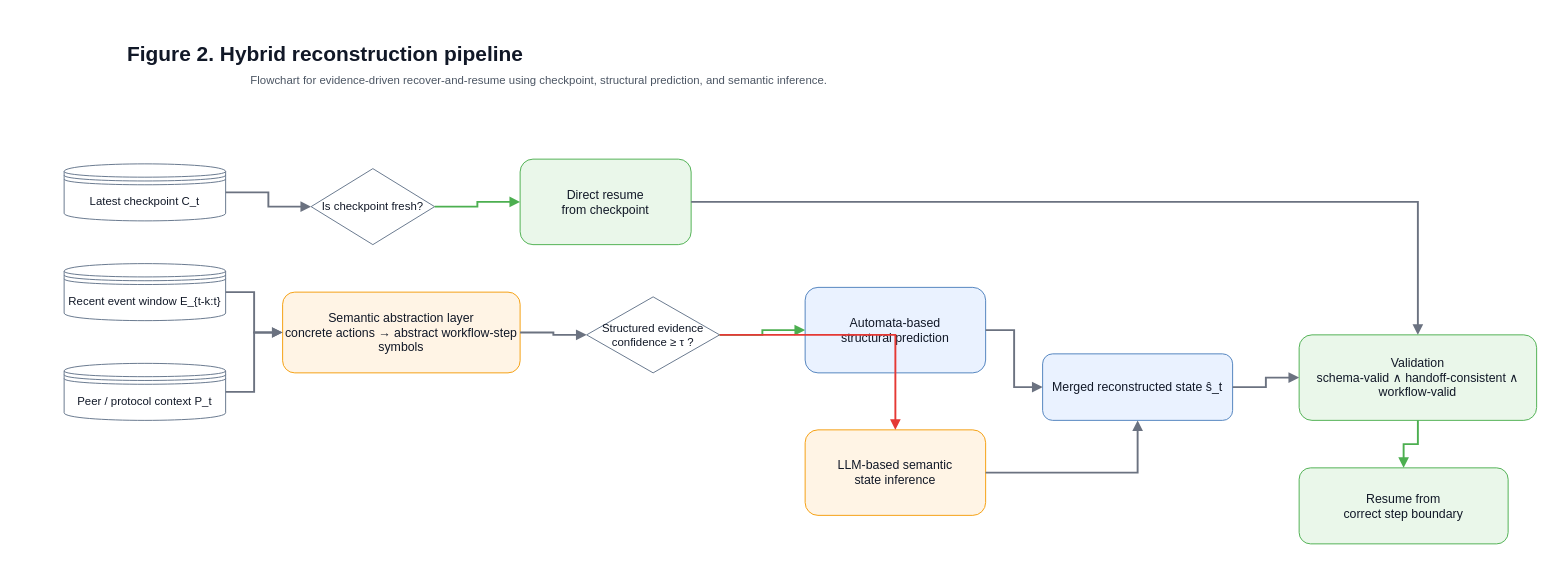
raselmahmud-coder/first-template keeps this draw.io diagram as page "2_Hybrid_Pipeline_Flowchart" (2 of 5) of New Untitled Diagram.drawio. Above is the earlier version. Source tidied: cells renumbered, new cells numbered last; positions are measured from the earlier drawing's top-left corner, leaving out a move shared by most shapes. Both pictures are drawn from the tidied source at 95%, with x=0, y=0 at pixel (16, 40).
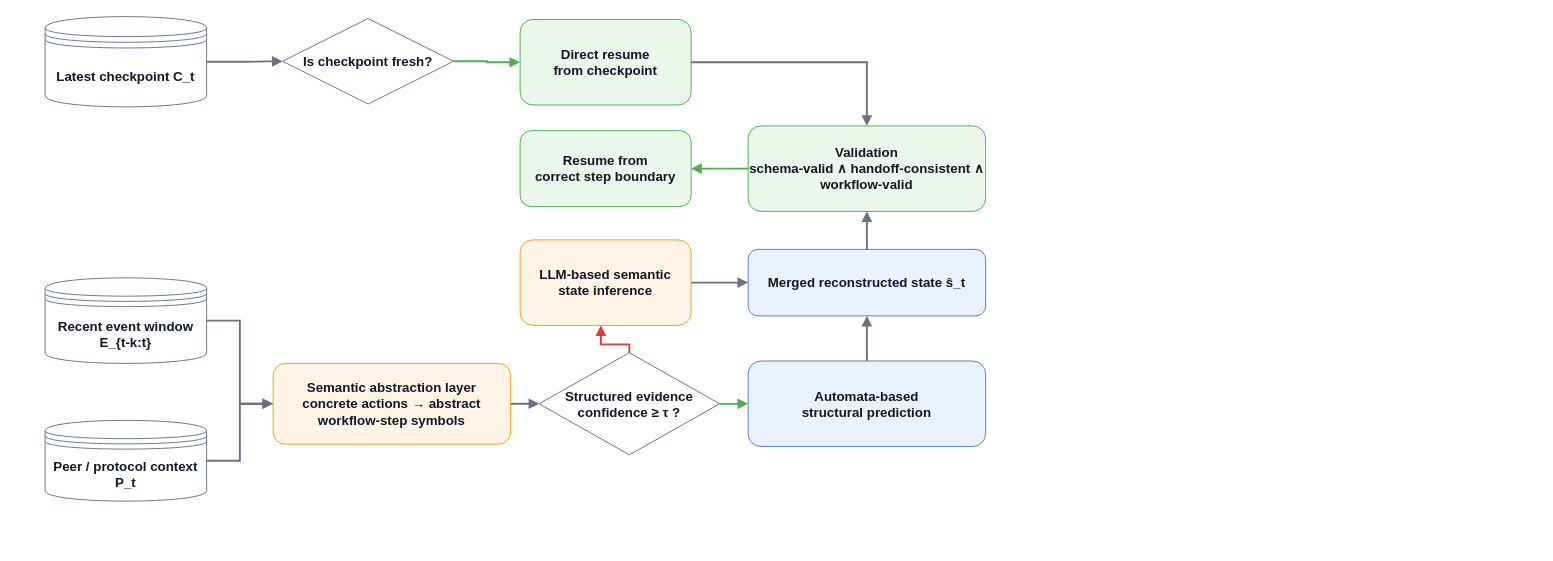
The same diagram, later.

What changed in the source:
```diff
@@
-    <mxCell id="2" value="Figure 2. Hybrid reconstruction pipeline" style="rounded=0;whiteSpace=wrap;html=1;strokeColor=none;fillColor=none;fontSize=22;fontStyle=1;fontColor=#111827;" parent="1" vertex="1">
-      <mxGeometry width="650" height="30" as="geometry" />
-    </mxCell>
-    <mxCell id="3" value="Flowchart for evidence-driven recover-and-resume using checkpoint, structural prediction, and semantic inference." style="rounded=0;whiteSpace=wrap;html=1;strokeColor=none;fillColor=none;fontSize=12;fontColor=#4b5563;" parent="1" vertex="1">
-      <mxGeometry y="30" width="1100" height="24" as="geometry" />
-    </mxCell>
-    <mxCell id="4" value="Latest checkpoint C_t" style="shape=datastore;whiteSpace=wrap;html=1;fillColor=#FFFFFF;strokeColor=#64748B;fontSize=12;fontColor=#111827;" parent="1" vertex="1">
-      <mxGeometry x="50" y="130" width="170" height="60" as="geometry" />
+    <mxCell id="4" value="&lt;b&gt;&lt;font style=&quot;font-size: 14px;&quot;&gt;Latest checkpoint C_t&lt;/font&gt;&lt;/b&gt;" style="shape=datastore;whiteSpace=wrap;html=1;fillColor=#FFFFFF;strokeColor=#64748B;fontSize=12;fontColor=#111827;" parent="1" vertex="1">
+      <mxGeometry x="30" y="-25" width="170" height="95" as="geometry" />
     </mxCell>
-    <mxCell id="5" value="Recent event window E_{t-k:t}" style="shape=datastore;whiteSpace=wrap;html=1;fillColor=#FFFFFF;strokeColor=#64748B;fontSize=12;fontColor=#111827;" parent="1" vertex="1">
-      <mxGeometry x="50" y="235" width="170" height="60" as="geometry" />
+    <mxCell id="5" value="&lt;font style=&quot;font-size: 14px;&quot;&gt;&lt;b&gt;Recent event window E_{t-k:t}&lt;/b&gt;&lt;/font&gt;" style="shape=datastore;whiteSpace=wrap;html=1;fillColor=#FFFFFF;strokeColor=#64748B;fontSize=12;fontColor=#111827;" parent="1" vertex="1">
+      <mxGeometry x="30" y="250" width="170" height="90" as="geometry" />
     </mxCell>
-    <mxCell id="6" value="Peer / protocol context P_t" style="shape=datastore;whiteSpace=wrap;html=1;fillColor=#FFFFFF;strokeColor=#64748B;fontSize=12;fontColor=#111827;" parent="1" vertex="1">
-      <mxGeometry x="50" y="340" width="170" height="60" as="geometry" />
+    <mxCell id="6" value="&lt;font style=&quot;font-size: 14px;&quot;&gt;&lt;b&gt;Peer / protocol context P_t&lt;/b&gt;&lt;/font&gt;" style="shape=datastore;whiteSpace=wrap;html=1;fillColor=#FFFFFF;strokeColor=#64748B;fontSize=12;fontColor=#111827;" parent="1" vertex="1">
+      <mxGeometry x="30" y="400" width="170" height="85" as="geometry" />
     </mxCell>
-    <mxCell id="7" value="Is checkpoint fresh?" style="rhombus;whiteSpace=wrap;html=1;fillColor=#FFFFFF;strokeColor=#64748B;fontSize=12;fontColor=#111827;" parent="1" vertex="1">
-      <mxGeometry x="310" y="135" width="130" height="80" as="geometry" />
+    <mxCell id="7" value="&lt;b&gt;&lt;font style=&quot;font-size: 14px;&quot;&gt;Is checkpoint fresh?&lt;/font&gt;&lt;/b&gt;" style="rhombus;whiteSpace=wrap;html=1;fillColor=#FFFFFF;strokeColor=#64748B;fontSize=12;fontColor=#111827;" parent="1" vertex="1">
+      <mxGeometry x="280" y="-23" width="180" height="90" as="geometry" />
     </mxCell>
-    <mxCell id="8" value="Direct resume&lt;br/&gt;from checkpoint" style="rounded=1;whiteSpace=wrap;html=1;fillColor=#EAF7EA;strokeColor=#4CAF50;fontSize=13;fontColor=#111827;" parent="1" vertex="1">
-      <mxGeometry x="530" y="125" width="180" height="90" as="geometry" />
+    <mxCell id="8" value="&lt;b&gt;&lt;font style=&quot;font-size: 14px;&quot;&gt;Direct resume&lt;br&gt;from checkpoint&lt;/font&gt;&lt;/b&gt;" style="rounded=1;whiteSpace=wrap;html=1;fillColor=#EAF7EA;strokeColor=#4CAF50;fontSize=13;fontColor=#111827;" parent="1" vertex="1">
+      <mxGeometry x="530" y="-22" width="180" height="90" as="geometry" />
     </mxCell>
-    <mxCell id="9" value="Semantic abstraction layer&lt;br/&gt;concrete actions → abstract workflow-step symbols" style="rounded=1;whiteSpace=wrap;html=1;fillColor=#FFF4E5;strokeColor=#F59E0B;fontSize=13;fontColor=#111827;" parent="1" vertex="1">
-      <mxGeometry x="280" y="265" width="250" height="85" as="geometry" />
+    <mxCell id="9" value="&lt;font style=&quot;font-size: 14px;&quot;&gt;&lt;b&gt;Semantic abstraction layer&lt;br&gt;concrete actions → abstract workflow-step symbols&lt;/b&gt;&lt;/font&gt;" style="rounded=1;whiteSpace=wrap;html=1;fillColor=#FFF4E5;strokeColor=#F59E0B;fontSize=13;fontColor=#111827;" parent="1" vertex="1">
+      <mxGeometry x="270" y="340" width="250" height="85" as="geometry" />
     </mxCell>
-    <mxCell id="10" value="Structured evidence&lt;br/&gt;confidence ≥ τ ?" style="rhombus;whiteSpace=wrap;html=1;fillColor=#FFFFFF;strokeColor=#64748B;fontSize=12;fontColor=#111827;" parent="1" vertex="1">
-      <mxGeometry x="600" y="270" width="140" height="80" as="geometry" />
+    <mxCell id="10" value="&lt;font style=&quot;font-size: 14px;&quot;&gt;&lt;b&gt;Structured evidence&lt;br&gt;confidence ≥ τ ?&lt;/b&gt;&lt;/font&gt;" style="rhombus;whiteSpace=wrap;html=1;fillColor=#FFFFFF;strokeColor=#64748B;fontSize=12;fontColor=#111827;" parent="1" vertex="1">
+      <mxGeometry x="550" y="328.8" width="190" height="107.5" as="geometry" />
     </mxCell>
-    <mxCell id="11" value="Automata-based&lt;br/&gt;structural prediction" style="rounded=1;whiteSpace=wrap;html=1;fillColor=#EAF2FF;strokeColor=#4F81BD;fontSize=13;fontColor=#111827;" parent="1" vertex="1">
-      <mxGeometry x="830" y="260" width="190" height="90" as="geometry" />
+    <mxCell id="11" value="&lt;b&gt;&lt;font style=&quot;font-size: 14px;&quot;&gt;Automata-based&lt;br&gt;structural prediction&lt;/font&gt;&lt;/b&gt;" style="rounded=1;whiteSpace=wrap;html=1;fillColor=#EAF2FF;strokeColor=#4F81BD;fontSize=13;fontColor=#111827;" parent="1" vertex="1">
+      <mxGeometry x="770" y="337.5" width="250" height="90" as="geometry" />
     </mxCell>
-    <mxCell id="12" value="LLM-based semantic&lt;br/&gt;state inference" style="rounded=1;whiteSpace=wrap;html=1;fillColor=#FFF4E5;strokeColor=#F59E0B;fontSize=13;fontColor=#111827;" parent="1" vertex="1">
-      <mxGeometry x="830" y="410" width="190" height="90" as="geometry" />
+    <mxCell id="12" value="&lt;font style=&quot;font-size: 14px;&quot;&gt;&lt;b&gt;LLM-based semantic&lt;br&gt;state inference&lt;/b&gt;&lt;/font&gt;" style="rounded=1;whiteSpace=wrap;html=1;fillColor=#FFF4E5;strokeColor=#F59E0B;fontSize=13;fontColor=#111827;" parent="1" vertex="1">
+      <mxGeometry x="530" y="210" width="180" height="90" as="geometry" />
     </mxCell>
-    <mxCell id="13" value="Merged reconstructed state  ŝ_t" style="rounded=1;whiteSpace=wrap;html=1;fillColor=#EAF2FF;strokeColor=#4F81BD;fontSize=13;fontColor=#111827;" parent="1" vertex="1">
-      <mxGeometry x="1080" y="330" width="200" height="70" as="geometry" />
+    <mxCell id="13" value="&lt;font style=&quot;font-size: 14px;&quot;&gt;&lt;b&gt;Merged reconstructed state  ŝ_t&lt;/b&gt;&lt;/font&gt;" style="rounded=1;whiteSpace=wrap;html=1;fillColor=#EAF2FF;strokeColor=#4F81BD;fontSize=13;fontColor=#111827;" parent="1" vertex="1">
+      <mxGeometry x="770" y="220" width="250" height="70" as="geometry" />
     </mxCell>
-    <mxCell id="14" value="Validation&lt;br/&gt;schema-valid ∧ handoff-consistent ∧ workflow-valid" style="rounded=1;whiteSpace=wrap;html=1;fillColor=#EAF7EA;strokeColor=#4CAF50;fontSize=13;fontColor=#111827;" parent="1" vertex="1">
-      <mxGeometry x="1350" y="310" width="250" height="90" as="geometry" />
+    <mxCell id="14" value="&lt;b&gt;&lt;font style=&quot;font-size: 14px;&quot;&gt;Validation&lt;br&gt;schema-valid ∧ handoff-consistent ∧ workflow-valid&lt;/font&gt;&lt;/b&gt;" style="rounded=1;whiteSpace=wrap;html=1;fillColor=#EAF7EA;strokeColor=#4CAF50;fontSize=13;fontColor=#111827;" parent="1" vertex="1">
+      <mxGeometry x="770" y="90" width="250" height="90" as="geometry" />
     </mxCell>
-    <mxCell id="15" value="Resume from&lt;br/&gt;correct step boundary" style="rounded=1;whiteSpace=wrap;html=1;fillColor=#EAF7EA;strokeColor=#4CAF50;fontSize=13;fontColor=#111827;" parent="1" vertex="1">
-      <mxGeometry x="1350" y="450" width="220" height="80" as="geometry" />
+    <mxCell id="15" value="&lt;font style=&quot;font-size: 14px;&quot;&gt;&lt;b&gt;Resume from&lt;br&gt;correct step boundary&lt;/b&gt;&lt;/font&gt;" style="rounded=1;whiteSpace=wrap;html=1;fillColor=#EAF7EA;strokeColor=#4CAF50;fontSize=13;fontColor=#111827;" parent="1" vertex="1">
+      <mxGeometry x="530" y="95" width="180" height="80" as="geometry" />
     </mxCell>
@@
-    <mxCell id="22" style="edgeStyle=orthogonalEdgeStyle;rounded=0;jettySize=auto;html=1;endArrow=block;endFill=1;strokeColor=#E53935;strokeWidth=2;" parent="1" edge="1" source="10" target="12">
-      <mxGeometry relative="1" as="geometry" />
+    <mxCell id="22" style="edgeStyle=orthogonalEdgeStyle;rounded=0;jettySize=auto;html=1;endArrow=block;endFill=1;strokeColor=#E53935;strokeWidth=2;exitX=0.5;exitY=0;exitDx=0;exitDy=0;" parent="1" edge="1" source="10" target="12">
+      <mxGeometry relative="1" as="geometry">
+        <Array as="points">
+          <mxPoint x="645" y="320" />
+          <mxPoint x="615" y="320" />
+        </Array>
+      </mxGeometry>
     </mxCell>
```
